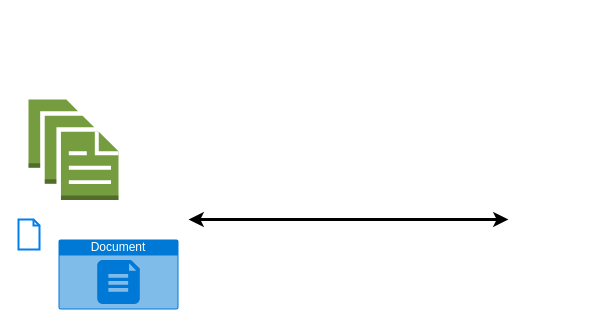
huyle84/diagrams keeps this draw.io diagram as history-of-Crypto.drawio. Above is the earlier version. Source tidied: cells renumbered, new cells numbered last; positions are measured from the earlier drawing's top-left corner, leaving out a move shared by most shapes. Both pictures are drawn from the tidied source at 100%, with x=0, y=0 at pixel (18, 99).
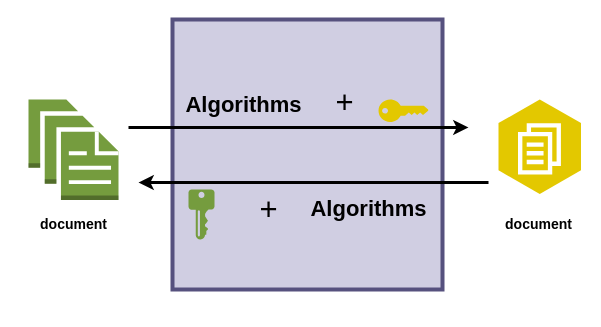
The same diagram, later.

Diff of the diagram source:
```diff
@@
 <mxGraphModel>
   <root>
     <mxCell id="0" />
     <mxCell id="1" parent="0" />
-    <mxCell id="2" style="endArrow=classic;startArrow=classic;html=1;rounded=0;strokeWidth=3;" parent="1" edge="1">
-      <mxGeometry relative="1" as="geometry">
-        <mxPoint x="170" y="120" as="sourcePoint" />
-        <mxPoint x="490" y="120" as="targetPoint" />
-      </mxGeometry>
-    </mxCell>
+    <mxCell id="6" style="whiteSpace=wrap;html=1;fillColor=#d0cee2;strokeColor=#56517e;strokeWidth=4;" parent="1" vertex="1">
+      <mxGeometry x="154" y="-80" width="270" height="270" as="geometry" />
+    </mxCell>
     <mxCell id="3" style="dashed=0;verticalLabelPosition=bottom;verticalAlign=top;align=center;html=1;shape=mxgraph.aws3.documents;fillColor=#759C3E;gradientColor=none;" parent="1" vertex="1">
       <mxGeometry x="10" width="90" height="100.5" as="geometry" />
     </mxCell>
-    <mxCell id="4" style="html=1;verticalLabelPosition=bottom;align=center;labelBackgroundColor=#ffffff;verticalAlign=top;strokeWidth=2;strokeColor=#0080F0;shadow=0;dashed=0;shape=mxgraph.ios7.icons.document;" parent="1" vertex="1">
-      <mxGeometry y="120" width="21" height="30" as="geometry" />
-    </mxCell>
-    <mxCell id="5" value="Document" style="html=1;whiteSpace=wrap;strokeColor=none;fillColor=#0079D6;labelPosition=center;verticalLabelPosition=middle;verticalAlign=top;align=center;fontSize=12;spacingTop=-6;fontColor=#FFFFFF;sketch=0;shape=mxgraph.sitemap.document;" parent="1" vertex="1">
-      <mxGeometry x="40" y="140" width="120" height="70" as="geometry" />
-    </mxCell>
+    <mxCell id="7" style="endArrow=classic;html=1;rounded=0;strokeWidth=3;" parent="1" edge="1">
+      <mxGeometry relative="1" as="geometry">
+        <mxPoint x="110" y="28" as="sourcePoint" />
+        <mxPoint x="450" y="28" as="targetPoint" />
+      </mxGeometry>
+    </mxCell>
+    <mxCell id="8" style="endArrow=classic;html=1;rounded=0;strokeWidth=3;" parent="1" edge="1">
+      <mxGeometry relative="1" as="geometry">
+        <mxPoint x="470" y="83" as="sourcePoint" />
+        <mxPoint x="120" y="83" as="targetPoint" />
+      </mxGeometry>
+    </mxCell>
+    <mxCell id="9" style="sketch=0;shadow=0;dashed=0;html=1;strokeColor=none;labelPosition=center;verticalLabelPosition=bottom;verticalAlign=top;align=center;fillColor=#759C3E;shape=mxgraph.mscae.enterprise.key_permissions;" parent="1" vertex="1">
+      <mxGeometry x="170" y="90" width="26" height="50" as="geometry" />
+    </mxCell>
+    <mxCell id="10" value="&lt;font style=&quot;font-size: 22px;&quot;&gt;Algorithms&lt;/font&gt;" style="text;html=1;align=center;verticalAlign=middle;strokeColor=none;fillColor=none;fontStyle=1;" parent="1" vertex="1">
+      <mxGeometry x="155" y="-14" width="140" height="40" as="geometry" />
+    </mxCell>
+    <mxCell id="11" value="&lt;font style=&quot;font-size: 31px;&quot;&gt;+&lt;/font&gt;" style="text;html=1;align=center;verticalAlign=middle;strokeColor=none;fillColor=none;" parent="1" vertex="1">
+      <mxGeometry x="306" y="-22" width="40" height="50" as="geometry" />
+    </mxCell>
+    <mxCell id="12" value="&lt;font style=&quot;font-size: 22px;&quot;&gt;Algorithms&lt;/font&gt;" style="text;html=1;align=center;verticalAlign=middle;strokeColor=none;fillColor=none;fontStyle=1;" parent="1" vertex="1">
+      <mxGeometry x="280" y="90" width="140" height="40" as="geometry" />
+    </mxCell>
+    <mxCell id="13" value="&lt;font style=&quot;font-size: 31px;&quot;&gt;+&lt;/font&gt;" style="text;html=1;align=center;verticalAlign=middle;strokeColor=none;fillColor=none;" parent="1" vertex="1">
+      <mxGeometry x="230" y="85" width="40" height="50" as="geometry" />
+    </mxCell>
+    <mxCell id="14" style="dashed=0;verticalLabelPosition=bottom;verticalAlign=top;align=center;html=1;shape=mxgraph.aws3.workdocs;fillColor=#E3C800;gradientDirection=north;fontColor=#000000;strokeColor=#B09500;" parent="1" vertex="1">
+      <mxGeometry x="480" width="82.5" height="94.5" as="geometry" />
+    </mxCell>
+    <mxCell id="15" style="verticalLabelPosition=bottom;sketch=0;html=1;verticalAlign=top;align=center;shape=mxgraph.cisco19.key;fillColor=#E3C800;strokeColor=none;" parent="1" vertex="1">
+      <mxGeometry x="360" width="50" height="22.5" as="geometry" />
+    </mxCell>
+    <mxCell id="16" value="&lt;font style=&quot;font-size: 14px;&quot;&gt;&lt;b&gt;document&lt;/b&gt;&lt;/font&gt;" style="text;html=1;align=center;verticalAlign=middle;strokeColor=none;fillColor=none;" parent="1" vertex="1">
+      <mxGeometry x="10" y="110" width="90" height="30" as="geometry" />
+    </mxCell>
+    <mxCell id="17" value="&lt;font style=&quot;font-size: 14px;&quot;&gt;&lt;b&gt;document&lt;/b&gt;&lt;/font&gt;" style="text;html=1;align=center;verticalAlign=middle;strokeColor=none;fillColor=none;" parent="1" vertex="1">
+      <mxGeometry x="475" y="110" width="90" height="30" as="geometry" />
+    </mxCell>
   </root>
 </mxGraphModel>
```
